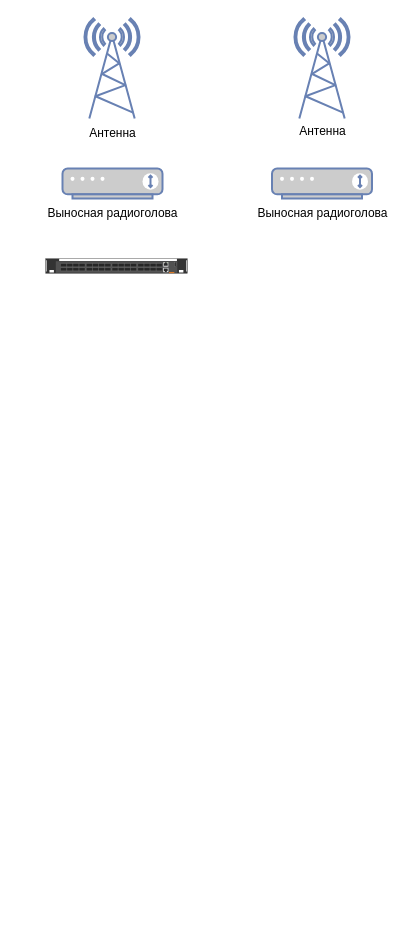
Earlier version of the draw.io diagram diagramm.drawio (vikastatsenko/drawio). Source tidied: cells renumbered, new cells numbered last; positions are measured from the earlier drawing's top-left corner, leaving out a move shared by most shapes. Both pictures are drawn from the tidied source at 100%, with x=0, y=0 at pixel (37, 18).
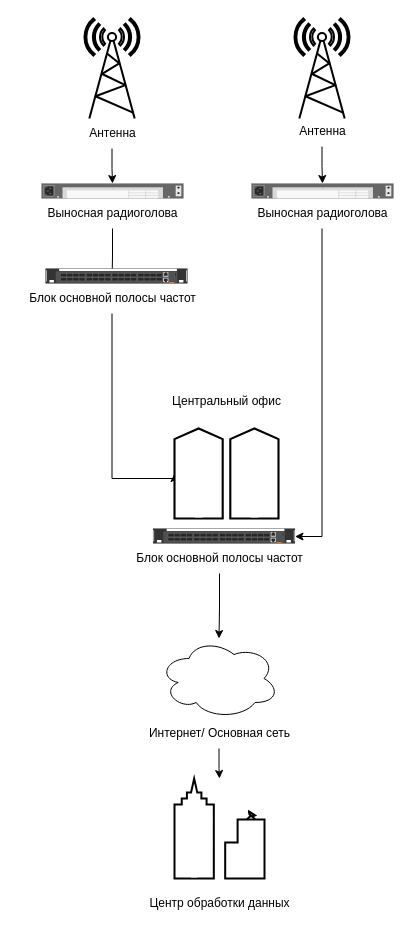
The same diagram, later.

Change to the diagram source:
```diff
@@
-    <mxCell id="2" style="fontColor=#0066CC;verticalAlign=top;verticalLabelPosition=bottom;labelPosition=center;align=center;html=1;fillColor=#CCCCCC;strokeColor=#6881B3;gradientColor=none;gradientDirection=north;strokeWidth=2;shape=mxgraph.networks.radio_tower;" parent="1" vertex="1">
+    <mxCell id="2" style="verticalAlign=top;verticalLabelPosition=bottom;labelPosition=center;align=center;html=1;gradientDirection=north;strokeWidth=2;shape=mxgraph.networks.radio_tower;" parent="1" vertex="1">
       <mxGeometry x="257" width="55" height="100" as="geometry" />
     </mxCell>
-    <mxCell id="3" style="fontColor=#0066CC;verticalAlign=top;verticalLabelPosition=bottom;labelPosition=center;align=center;html=1;fillColor=#CCCCCC;strokeColor=#6881B3;gradientColor=none;gradientDirection=north;strokeWidth=2;shape=mxgraph.networks.radio_tower;" parent="1" vertex="1">
+    <mxCell id="3" style="verticalAlign=top;verticalLabelPosition=bottom;labelPosition=center;align=center;html=1;gradientDirection=north;strokeWidth=2;shape=mxgraph.networks.radio_tower;" parent="1" vertex="1">
       <mxGeometry x="47" width="55" height="100" as="geometry" />
     </mxCell>
+    <mxCell id="11" style="edgeStyle=orthogonalEdgeStyle;rounded=0;jettySize=auto;html=1;" parent="1" edge="1" source="4" target="15">
+      <mxGeometry relative="1" as="geometry" />
+    </mxCell>
-    <mxCell id="4" value="Антенна" style="text;html=1;align=center;verticalAlign=middle;points=[];strokeColor=none;fillColor=none;" parent="1" vertex="1">
+    <mxCell id="4" value="Антенна" style="text;html=1;align=center;verticalAlign=middle;points=[];" parent="1" vertex="1">
       <mxGeometry x="39.5" y="100" width="70" height="30" as="geometry" />
     </mxCell>
+    <mxCell id="12" style="edgeStyle=orthogonalEdgeStyle;rounded=0;jettySize=auto;html=1;" parent="1" edge="1" source="5" target="16">
+      <mxGeometry relative="1" as="geometry" />
+    </mxCell>
-    <mxCell id="5" value="Антенна" style="text;html=1;align=center;verticalAlign=middle;points=[];strokeColor=none;fillColor=none;" parent="1" vertex="1">
+    <mxCell id="5" value="Антенна" style="text;html=1;align=center;verticalAlign=middle;points=[];" parent="1" vertex="1">
       <mxGeometry x="249.5" y="98" width="70" height="30" as="geometry" />
     </mxCell>
-    <mxCell id="6" style="fontColor=#0066CC;verticalAlign=top;verticalLabelPosition=bottom;labelPosition=center;align=center;html=1;fillColor=#CCCCCC;strokeColor=#6881B3;gradientColor=none;gradientDirection=north;strokeWidth=2;shape=mxgraph.networks.modem;" parent="1" vertex="1">
-      <mxGeometry x="25" y="150" width="100" height="30" as="geometry" />
-    </mxCell>
+    <mxCell id="13" style="edgeStyle=orthogonalEdgeStyle;rounded=0;jettySize=auto;html=1;" parent="1" edge="1" source="7" target="18">
+      <mxGeometry relative="1" as="geometry" />
+    </mxCell>
-    <mxCell id="7" value="Выносная радиоголова" style="text;html=1;align=center;verticalAlign=middle;points=[];strokeColor=none;fillColor=none;" parent="1" vertex="1">
+    <mxCell id="7" value="Выносная радиоголова" style="text;html=1;align=center;verticalAlign=middle;points=[];" parent="1" vertex="1">
       <mxGeometry y="180" width="150" height="30" as="geometry" />
     </mxCell>
-    <mxCell id="8" style="fontColor=#0066CC;verticalAlign=top;verticalLabelPosition=bottom;labelPosition=center;align=center;html=1;fillColor=#CCCCCC;strokeColor=#6881B3;gradientColor=none;gradientDirection=north;strokeWidth=2;shape=mxgraph.networks.modem;" parent="1" vertex="1">
-      <mxGeometry x="234.5" y="150" width="100" height="30" as="geometry" />
-    </mxCell>
+    <mxCell id="14" style="edgeStyle=orthogonalEdgeStyle;rounded=0;jettySize=auto;html=1;" parent="1" edge="1" source="9" target="21">
+      <mxGeometry relative="1" as="geometry">
+        <Array as="points">
+          <mxPoint x="285" y="518" />
+        </Array>
+      </mxGeometry>
+    </mxCell>
-    <mxCell id="9" value="Выносная радиоголова" style="text;html=1;align=center;verticalAlign=middle;points=[];strokeColor=none;fillColor=none;" parent="1" vertex="1">
+    <mxCell id="9" value="Выносная радиоголова" style="text;html=1;align=center;verticalAlign=middle;points=[];" parent="1" vertex="1">
       <mxGeometry x="209.5" y="180" width="150" height="30" as="geometry" />
     </mxCell>
     <mxCell id="10" style="html=1;verticalLabelPosition=bottom;verticalAlign=top;shadow=0;dashed=0;shape=mxgraph.rack.hpe_aruba.switches.jl627a_aruba_8325_32c_b2f_front;" parent="1" vertex="1">
-      <mxGeometry x="8" y="240" width="142" height="15" as="geometry" />
+      <mxGeometry x="8" y="250" width="142" height="15" as="geometry" />
     </mxCell>
+    <mxCell id="15" style="html=1;verticalLabelPosition=bottom;verticalAlign=top;outlineConnect=0;shadow=0;dashed=0;shape=mxgraph.rack.hpe_aruba.gateways_controllers.aruba_7010_mobility_controller_rear;" parent="1" vertex="1">
+      <mxGeometry x="4" y="165" width="142" height="15" as="geometry" />
+    </mxCell>
+    <mxCell id="16" style="html=1;verticalLabelPosition=bottom;verticalAlign=top;outlineConnect=0;shadow=0;dashed=0;shape=mxgraph.rack.hpe_aruba.gateways_controllers.aruba_7010_mobility_controller_rear;" parent="1" vertex="1">
+      <mxGeometry x="214" y="165" width="142" height="15" as="geometry" />
+    </mxCell>
+    <mxCell id="17" style="edgeStyle=orthogonalEdgeStyle;rounded=0;jettySize=auto;html=1;entryX=0;entryY=0.5;entryDx=0;entryDy=0;entryPerimeter=0;" parent="1" edge="1" source="18" target="19">
+      <mxGeometry relative="1" as="geometry">
+        <Array as="points">
+          <mxPoint x="75" y="460" />
+          <mxPoint x="137" y="460" />
+        </Array>
+      </mxGeometry>
+    </mxCell>
+    <mxCell id="18" value="Блок основной полосы частот" style="text;html=1;align=center;verticalAlign=middle;points=[];" parent="1" vertex="1">
+      <mxGeometry x="-20.5" y="265" width="190" height="30" as="geometry" />
+    </mxCell>
+    <mxCell id="19" style="verticalAlign=top;verticalLabelPosition=bottom;labelPosition=center;align=center;html=1;outlineConnect=0;gradientDirection=north;strokeWidth=2;shape=mxgraph.networks.community;" parent="1" vertex="1">
+      <mxGeometry x="137" y="410" width="104" height="90" as="geometry" />
+    </mxCell>
+    <mxCell id="20" value="Центральный офис" style="text;html=1;align=center;verticalAlign=middle;" parent="1" vertex="1">
+      <mxGeometry x="124" y="368" width="130" height="30" as="geometry" />
+    </mxCell>
+    <mxCell id="21" style="html=1;verticalLabelPosition=bottom;verticalAlign=top;outlineConnect=0;shadow=0;dashed=0;shape=mxgraph.rack.hpe_aruba.switches.jl627a_aruba_8325_32c_b2f_front;" parent="1" vertex="1">
+      <mxGeometry x="115.5" y="510" width="142" height="15" as="geometry" />
+    </mxCell>
+    <mxCell id="22" style="edgeStyle=orthogonalEdgeStyle;rounded=0;jettySize=auto;html=1;" parent="1" edge="1" source="23" target="24">
+      <mxGeometry relative="1" as="geometry" />
+    </mxCell>
+    <mxCell id="23" value="Блок основной полосы частот" style="text;html=1;align=center;verticalAlign=middle;points=[];" parent="1" vertex="1">
+      <mxGeometry x="87" y="525" width="190" height="30" as="geometry" />
+    </mxCell>
+    <mxCell id="24" style="ellipse;shape=cloud;whiteSpace=wrap;html=1;" parent="1" vertex="1">
+      <mxGeometry x="121.5" y="620" width="120" height="80" as="geometry" />
+    </mxCell>
+    <mxCell id="25" style="edgeStyle=orthogonalEdgeStyle;rounded=0;jettySize=auto;html=1;" parent="1" edge="1" source="26" target="27">
+      <mxGeometry relative="1" as="geometry" />
+    </mxCell>
+    <mxCell id="26" value="Интернет/ Основная сеть" style="text;html=1;align=center;verticalAlign=middle;points=[];strokeColor=none;fillColor=none;" parent="1" vertex="1">
+      <mxGeometry x="101.5" y="700" width="160" height="30" as="geometry" />
+    </mxCell>
+    <mxCell id="27" style="verticalAlign=top;verticalLabelPosition=bottom;labelPosition=center;align=center;html=1;outlineConnect=0;gradientDirection=north;strokeWidth=2;shape=mxgraph.networks.business_center;" parent="1" vertex="1">
+      <mxGeometry x="137" y="760" width="90" height="100" as="geometry" />
+    </mxCell>
+    <mxCell id="28" value="Центр обработки данных" style="text;html=1;align=center;verticalAlign=middle;strokeColor=none;fillColor=none;" parent="1" vertex="1">
+      <mxGeometry x="101.5" y="870" width="160" height="30" as="geometry" />
+    </mxCell>
```
